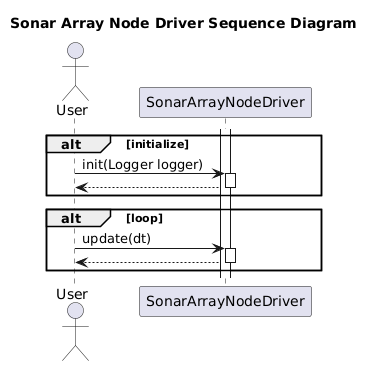
This is nodes/SonarArrayNode/driver/doc/output/SonarArrayNodeDriverSequenceDiagram.png from fastrobotics/sonar_array, a PlantUML export, as it was before one commit. Its diagram source:
```plantuml
@startuml
title Sonar Array Node Driver Sequence Diagram
actor User as user
participant SonarArrayNodeDriver as driver

alt initialize
activate driver
user -> driver++: init(Logger logger)
driver --> user--
end
alt loop
user -> driver++: update(dt)

driver --> user--:

end

@enduml
```
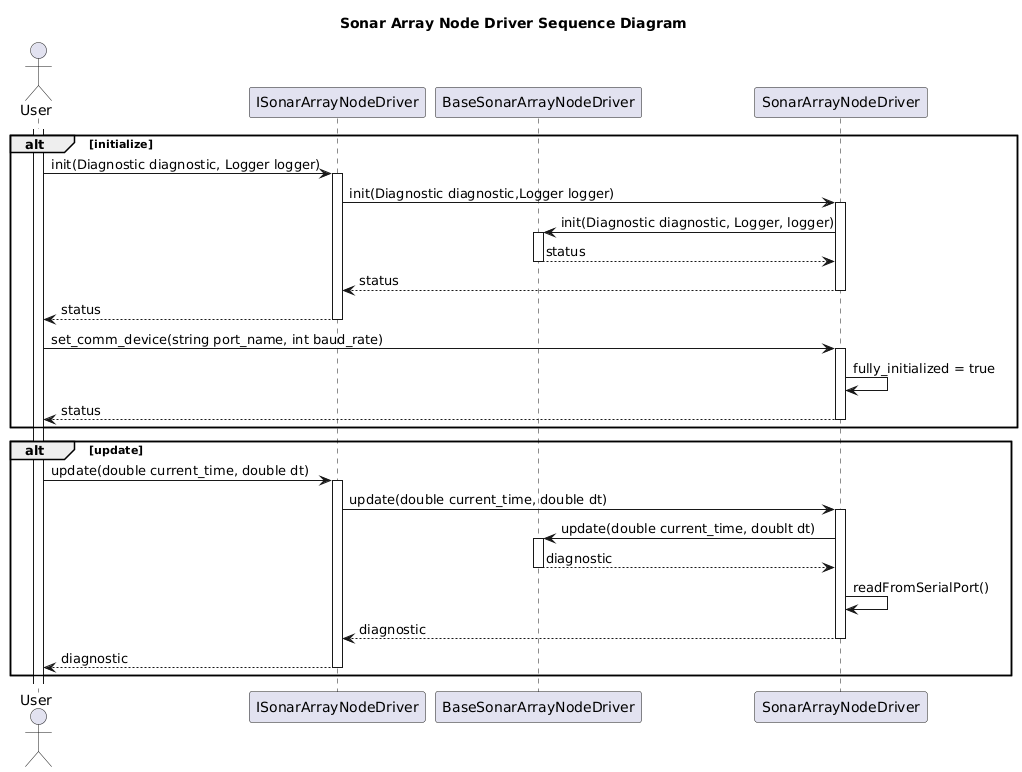
After the commit.

What changed in the source:
```diff
@@ -1,18 +1,32 @@
 @startuml
 title Sonar Array Node Driver Sequence Diagram
 actor User as user
+participant ISonarArrayNodeDriver as interface
+participant BaseSonarArrayNodeDriver as base
 participant SonarArrayNodeDriver as driver
 
 alt initialize
-activate driver
-user -> driver++: init(Logger logger)
-driver --> user--
+activate user
+user -> interface++: init(Diagnostic diagnostic, Logger logger)
+interface -> driver++: init(Diagnostic diagnostic,Logger logger)
+driver -> base++: init(Diagnostic diagnostic, Logger, logger)
+base --> driver--: status
+driver --> interface--: status
+interface --> user--: status
+
+user -> driver++: set_comm_device(string port_name, int baud_rate)
+driver -> driver: fully_initialized = true
+driver --> user--: status
 end
-alt loop
-user -> driver++: update(dt)
 
-driver --> user--:
-
+alt update
+user -> interface++: update(double current_time, double dt)
+interface -> driver++: update(double current_time, double dt)
+driver -> base++: update(double current_time, doublt dt)
+base --> driver--: diagnostic
+driver -> driver: readFromSerialPort()
+driver --> interface--: diagnostic
+interface --> user--: diagnostic
 end
 
 @enduml
```
